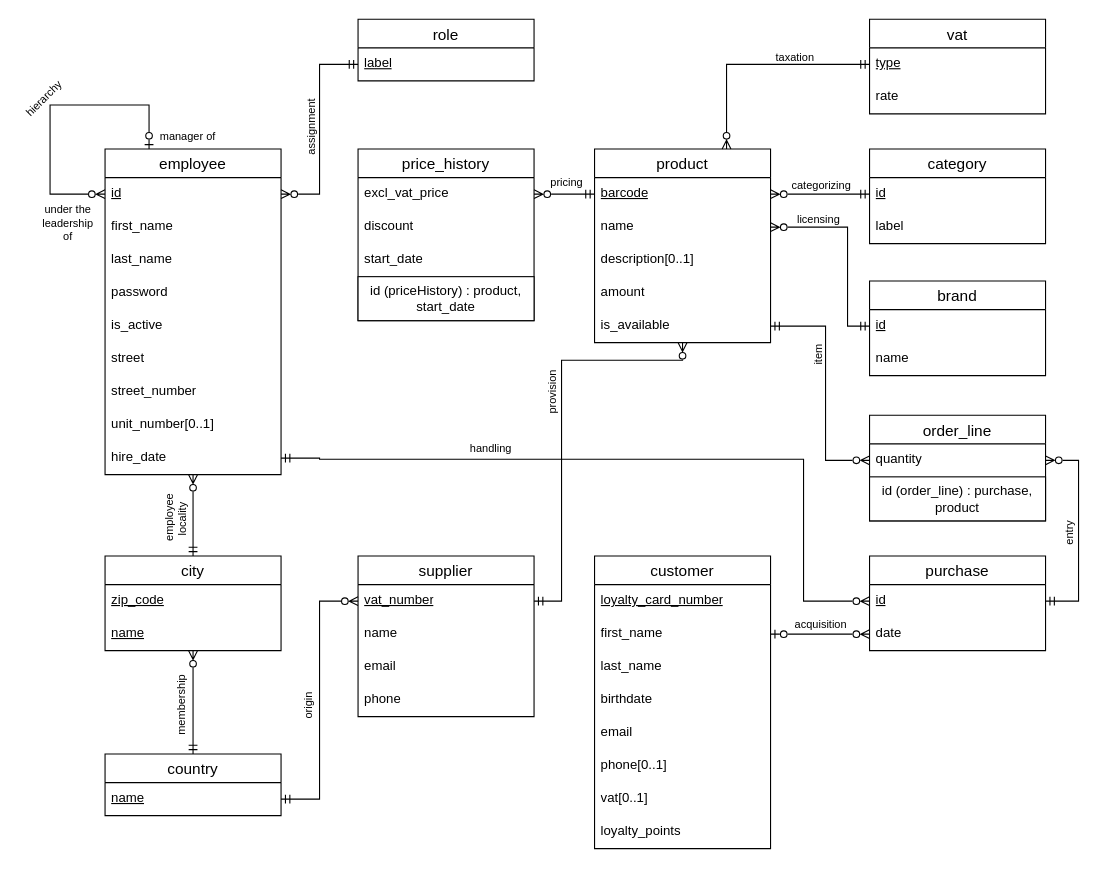
Before: docs/DB/ER_diagram.drawio in maxoux53/petit-bazar, a draw.io diagram. Source tidied: cells renumbered, new cells numbered last; positions are measured from the earlier drawing's top-left corner, leaving out a move shared by most shapes. Both pictures are drawn from the tidied source at 110%, with x=0, y=0 at pixel (16, 19).
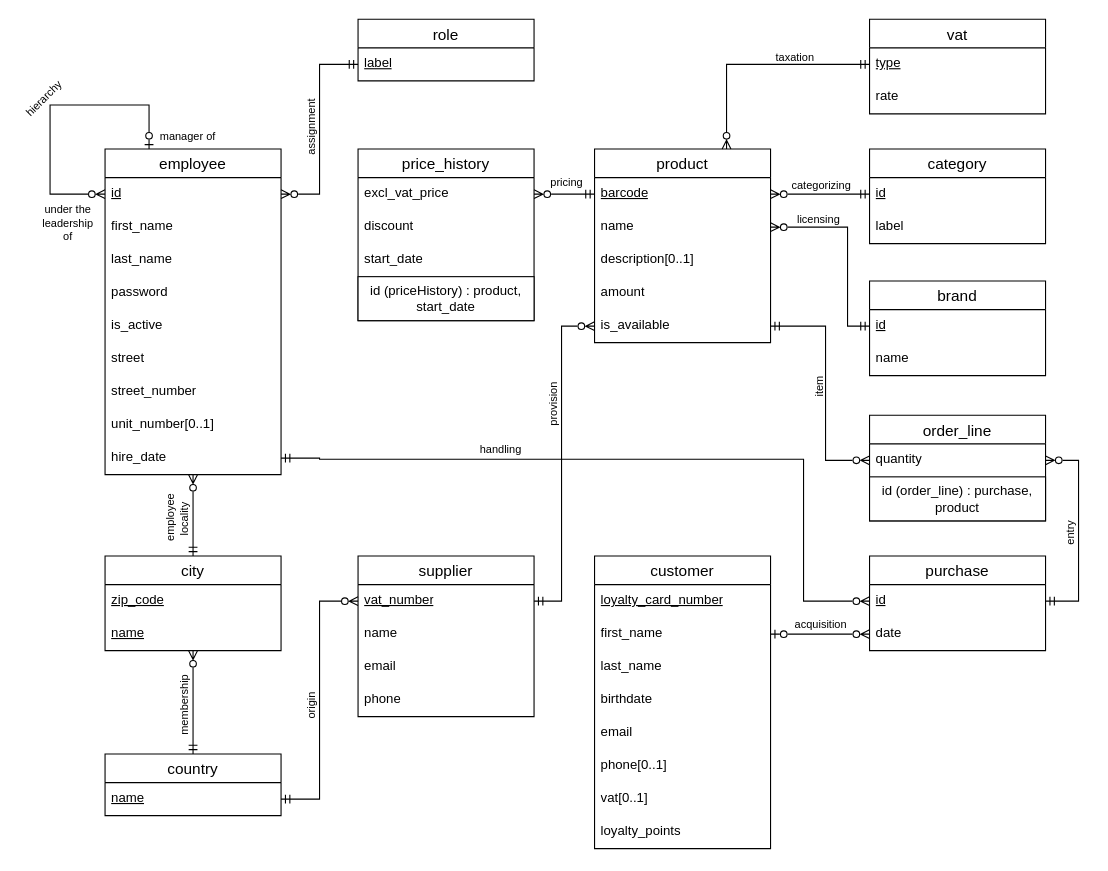
After the change.

Commit message (it also covers changes not shown here):
adjust graphical relations

Unchanged cells that the change refers to:
```xml
<mxCell id="14" value="product" style="swimlane;fontStyle=0;horizontal=1;startSize=26;align=center;fontSize=14;" parent="1" vertex="1">
  <mxGeometry x="525" y="118" width="160" height="176" as="geometry" />
</mxCell>
<mxCell id="19" value="is_available" style="text;strokeColor=none;fillColor=none;spacingLeft=4;spacingRight=4;overflow=hidden;points=[[0,0.5],[1,0.5]];portConstraint=eastwest;fontSize=12;whiteSpace=wrap;html=1;" parent="14" vertex="1">
  <mxGeometry y="146" width="160" height="30" as="geometry" />
</mxCell>
<mxCell id="24" value="&lt;u&gt;vat_number&lt;/u&gt;" style="text;strokeColor=none;fillColor=none;spacingLeft=4;spacingRight=4;overflow=hidden;points=[[0,0.5],[1,0.5]];portConstraint=eastwest;fontSize=12;whiteSpace=wrap;html=1;" parent="23" vertex="1">
  <mxGeometry y="26" width="160" height="30" as="geometry" />
</mxCell>
```

What changed in the source:
```diff
@@
-    <mxCell id="56" style="edgeStyle=orthogonalEdgeStyle;rounded=0;jettySize=auto;html=1;exitX=1;exitY=0.5;exitDx=0;exitDy=0;endArrow=ERzeroToMany;endFill=0;startArrow=ERmandOne;startFill=0;" parent="1" edge="1" source="24" target="14">
+    <mxCell id="56" style="edgeStyle=orthogonalEdgeStyle;rounded=0;jettySize=auto;html=1;exitX=1;exitY=0.5;exitDx=0;exitDy=0;endArrow=ERzeroToMany;endFill=0;startArrow=ERmandOne;startFill=0;entryX=0;entryY=0.5;entryDx=0;entryDy=0;" parent="1" edge="1" source="24" target="19">
       <mxGeometry relative="1" as="geometry">
         <Array as="points">
           <mxPoint x="495" y="529" />
-          <mxPoint x="495" y="310" />
-          <mxPoint x="605" y="310" />
+          <mxPoint x="495" y="279" />
         </Array>
       </mxGeometry>
     </mxCell>
@@
     <mxCell id="75" value="&amp;nbsp;employee locality" style="text;html=1;align=center;verticalAlign=middle;whiteSpace=wrap;rounded=0;rotation=-90;fontSize=10;" parent="1" vertex="1">
-      <mxGeometry x="114.5" y="440" width="60" height="30" as="geometry" />
+      <mxGeometry x="115.5" y="440" width="60" height="30" as="geometry" />
     </mxCell>
     <mxCell id="76" value="membership" style="text;html=1;align=center;verticalAlign=middle;whiteSpace=wrap;rounded=0;rotation=-90;fontSize=10;" parent="1" vertex="1">
-      <mxGeometry x="114.5" y="614" width="70" height="20" as="geometry" />
+      <mxGeometry x="116.5" y="614" width="70" height="20" as="geometry" />
     </mxCell>
@@
     <mxCell id="78" value="&lt;div&gt;handling&lt;/div&gt;" style="text;html=1;align=center;verticalAlign=middle;whiteSpace=wrap;rounded=0;rotation=0;fontSize=10;" parent="1" vertex="1">
-      <mxGeometry x="401" y="380" width="60" height="20" as="geometry" />
+      <mxGeometry x="410" y="381" width="60" height="20" as="geometry" />
     </mxCell>
@@
     <mxCell id="82" value="provision" style="text;html=1;align=center;verticalAlign=middle;whiteSpace=wrap;rounded=0;rotation=-90;fontSize=10;" parent="1" vertex="1">
-      <mxGeometry x="461" y="329" width="50" height="20" as="geometry" />
+      <mxGeometry x="462" y="340" width="50" height="20" as="geometry" />
     </mxCell>
@@
     <mxCell id="85" value="&lt;div&gt;origin&lt;/div&gt;" style="text;html=1;align=center;verticalAlign=middle;whiteSpace=wrap;rounded=0;rotation=-90;fontSize=10;" parent="1" vertex="1">
-      <mxGeometry x="250" y="614" width="30" height="20" as="geometry" />
+      <mxGeometry x="252" y="614" width="30" height="20" as="geometry" />
     </mxCell>
     <mxCell id="86" value="&lt;div&gt;item&lt;/div&gt;" style="text;html=1;align=center;verticalAlign=middle;whiteSpace=wrap;rounded=0;rotation=-90;fontSize=10;" parent="1" vertex="1">
-      <mxGeometry x="713" y="295" width="30" height="20" as="geometry" />
+      <mxGeometry x="714" y="324" width="30" height="20" as="geometry" />
     </mxCell>
     <mxCell id="87" value="&lt;div&gt;entry&lt;/div&gt;" style="text;html=1;align=center;verticalAlign=middle;whiteSpace=wrap;rounded=0;rotation=-90;fontSize=10;" parent="1" vertex="1">
-      <mxGeometry x="941" y="458.5" width="30" height="17" as="geometry" />
+      <mxGeometry x="942" y="458.5" width="30" height="17" as="geometry" />
     </mxCell>
```
